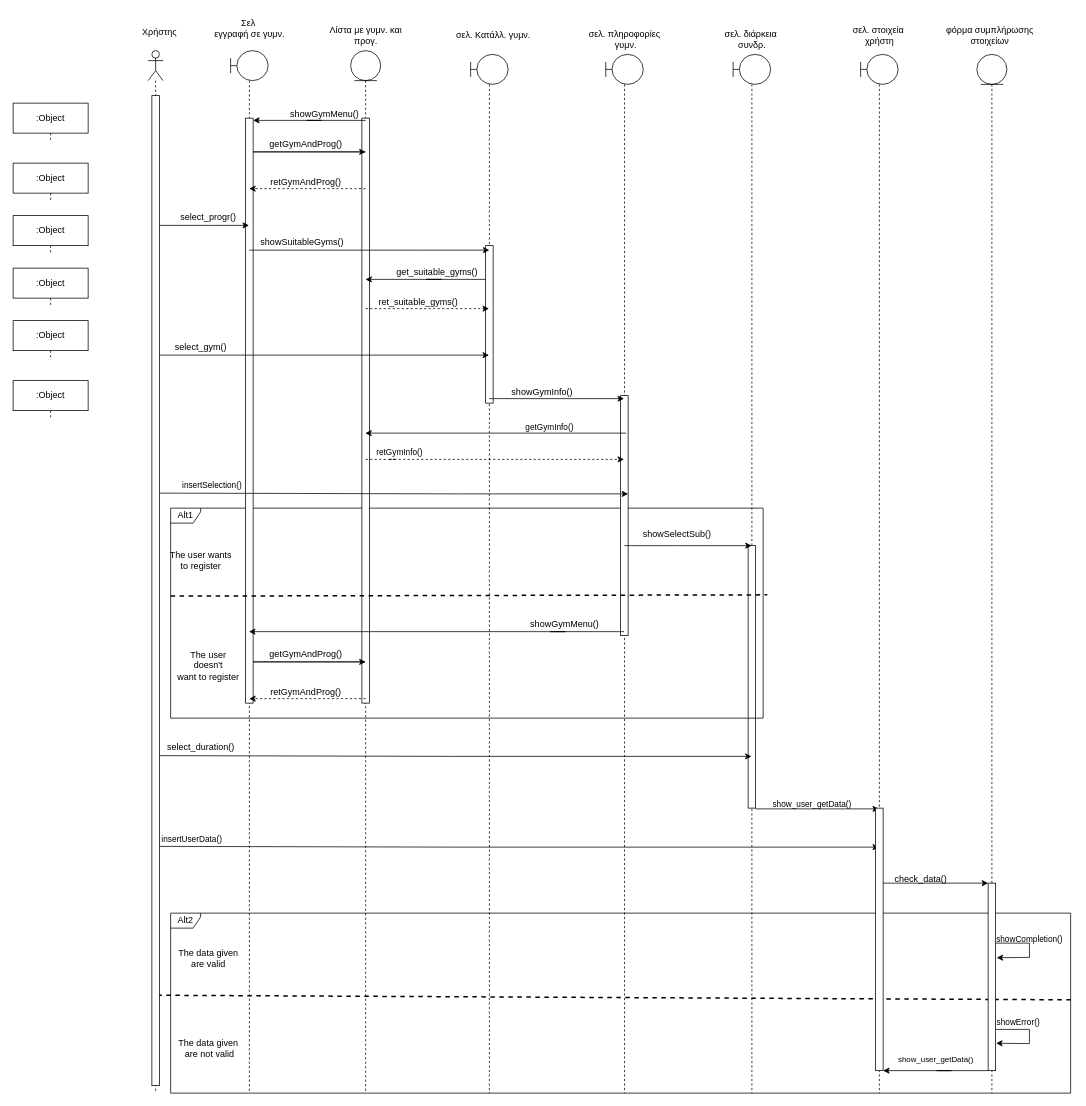
Above: ΠΕΜΠΤΟ ΠΑΡΑΔΟΤΕΟ/ΔΙΟΡΘΩΣΕΙΣ ΠΡΟΗΓΟΥΜΕΝΩΝ ΠΑΡΑΔΟΤΕΩΝ/Sequence-diagrams-v0.2/sd_εγγραφή_σε _γυμναστήριο.drawio in Dionkaps/Eu-Zin (draw.io), before the change. Source tidied: cells renumbered, new cells numbered last; positions are measured from the earlier drawing's top-left corner, leaving out a move shared by most shapes. Both pictures are drawn from the tidied source at 75%, with x=0, y=0 at pixel (13, 13).
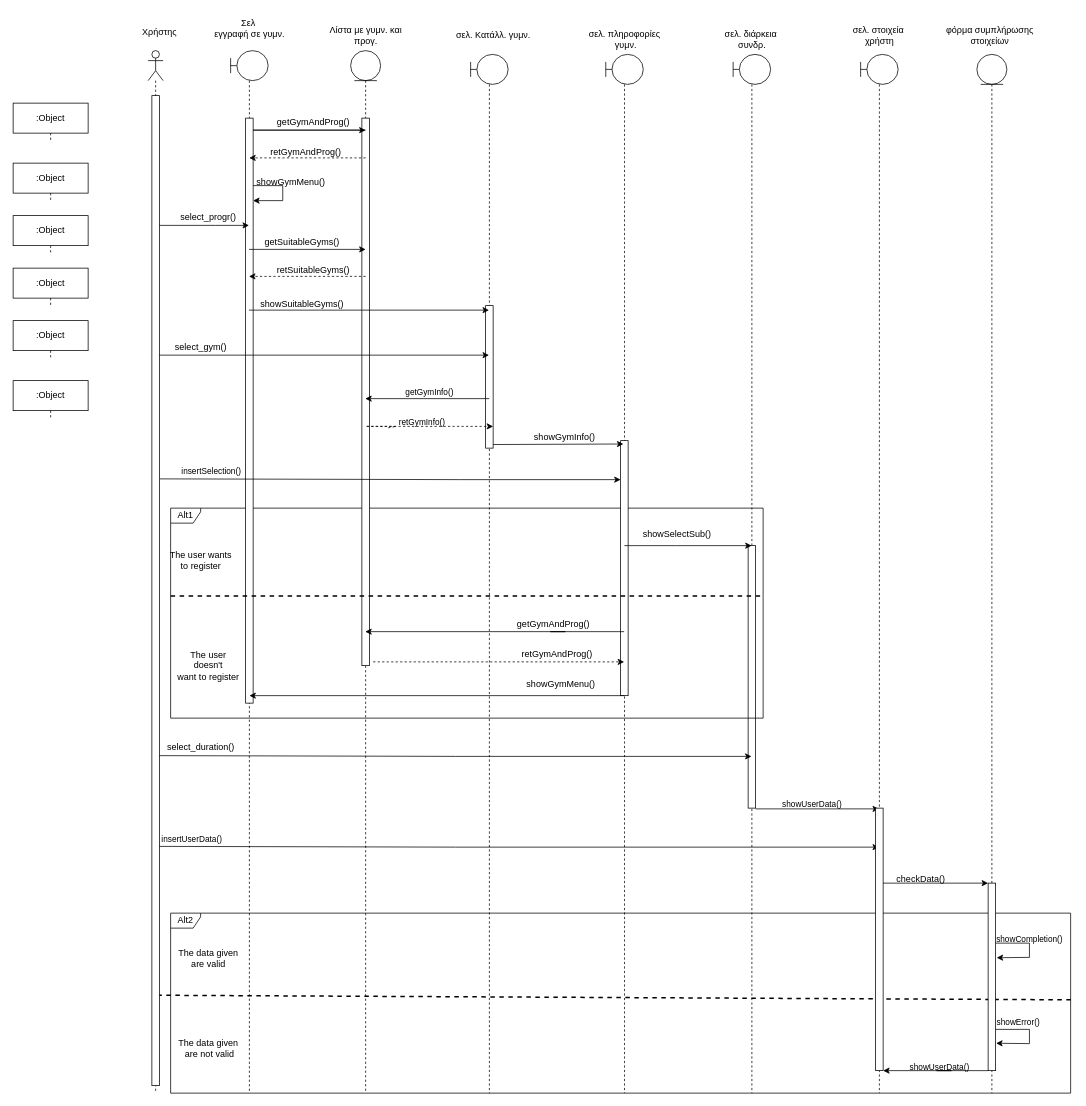
Above is the later version.

Commit message:
ΔΙΟΡΘΩΣΗ SD "ΕΓΓΡΑΦΗ ΣΕ ΓΥΜΝΑΣΤΗΡΙΟ"

ΔΙΟΡΘΩΣΗ SD "ΕΓΓΡΑΦΗ ΣΕ ΓΥΜΝΑΣΤΗΡΙΟ"

The change refers to these unchanged cells:
```xml
<mxCell id="4" style="shape=umlLifeline;perimeter=lifelinePerimeter;whiteSpace=wrap;html=1;outlineConnect=0;portConstraint=eastwest;newEdgeStyle={&quot;edgeStyle&quot;:&quot;elbowEdgeStyle&quot;,&quot;elbow&quot;:&quot;vertical&quot;,&quot;curved&quot;:0,&quot;rounded&quot;:0};participant=umlBoundary;" parent="1" vertex="1">
  <mxGeometry x="790.2" y="55" width="50" height="1385" as="geometry" />
</mxCell>
<mxCell id="5" value="Alt1" style="shape=umlFrame;whiteSpace=wrap;html=1;width=40;height=20;" parent="1" vertex="1">
  <mxGeometry x="210" y="660" width="790" height="280" as="geometry" />
</mxCell>
<mxCell id="7" style="shape=umlLifeline;perimeter=lifelinePerimeter;whiteSpace=wrap;html=1;outlineConnect=0;portConstraint=eastwest;newEdgeStyle={&quot;edgeStyle&quot;:&quot;elbowEdgeStyle&quot;,&quot;elbow&quot;:&quot;vertical&quot;,&quot;curved&quot;:0,&quot;rounded&quot;:0};participant=umlBoundary;" parent="1" vertex="1">
  <mxGeometry x="290" y="50" width="50" height="1390" as="geometry" />
</mxCell>
<mxCell id="11" style="shape=umlLifeline;perimeter=lifelinePerimeter;whiteSpace=wrap;html=1;outlineConnect=0;portConstraint=eastwest;newEdgeStyle={&quot;edgeStyle&quot;:&quot;elbowEdgeStyle&quot;,&quot;elbow&quot;:&quot;vertical&quot;,&quot;curved&quot;:0,&quot;rounded&quot;:0};participant=umlEntity;" parent="1" vertex="1">
  <mxGeometry x="450" y="50" width="40" height="1390" as="geometry" />
</mxCell>
```

What changed in the source:
```diff
@@
     <mxCell id="6" style="html=1;perimeter=orthogonalPerimeter;" parent="1" vertex="1">
-      <mxGeometry x="810" y="510" width="10" height="320" as="geometry" />
+      <mxGeometry x="810" y="570" width="10" height="340" as="geometry" />
     </mxCell>
@@
     <mxCell id="10" style="html=1;perimeter=orthogonalPerimeter;" parent="1" vertex="1">
-      <mxGeometry x="630" y="310" width="10" height="210" as="geometry" />
+      <mxGeometry x="630" y="390" width="10" height="190" as="geometry" />
     </mxCell>
@@
     <mxCell id="12" style="html=1;perimeter=orthogonalPerimeter;" parent="1" vertex="1">
-      <mxGeometry x="465" y="140" width="10" height="780" as="geometry" />
+      <mxGeometry x="465" y="140" width="10" height="730" as="geometry" />
     </mxCell>
@@
-    <mxCell id="28" style="endArrow=classic;html=1;rounded=0;" parent="1" edge="1" source="4" target="7">
+    <mxCell id="28" style="endArrow=classic;html=1;rounded=0;" parent="1" edge="1" source="4" target="11">
       <mxGeometry relative="1" as="geometry">
         <Array as="points">
           <mxPoint x="716.2" y="824.7" />
           <mxPoint x="736.2" y="824.7" />
         </Array>
       </mxGeometry>
     </mxCell>
     <mxCell id="29" value="getGymAndProg()" style="text;html=1;align=center;verticalAlign=middle;strokeColor=none;fillColor=none;" parent="1" vertex="1">
-      <mxGeometry x="330" y="840" width="120" height="30" as="geometry" />
+      <mxGeometry x="660" y="800" width="120" height="30" as="geometry" />
     </mxCell>
     <mxCell id="30" style="endArrow=classic;html=1;rounded=0;dashed=1;" parent="1" edge="1">
       <mxGeometry x="-0.18" y="-11" relative="1" as="geometry">
-        <mxPoint x="470" y="394" as="sourcePoint" />
-        <mxPoint x="634.5" y="394" as="targetPoint" />
-        <Array as="points">
-          <mxPoint x="511" y="394" />
-        </Array>
+        <mxPoint x="470" y="351" as="sourcePoint" />
+        <mxPoint x="314.5" y="351" as="targetPoint" />
         <mxPoint x="11" y="-11" as="offset" />
       </mxGeometry>
     </mxCell>
     <mxCell id="31" value="retGymAndProg()" style="text;html=1;align=center;verticalAlign=middle;strokeColor=none;fillColor=none;" parent="1" vertex="1">
-      <mxGeometry x="330" y="890" width="120" height="30" as="geometry" />
+      <mxGeometry x="665.2" y="840" width="120" height="30" as="geometry" />
     </mxCell>
     <mxCell id="32" value="showGymMenu()" style="text;html=1;align=center;verticalAlign=middle;strokeColor=none;fillColor=none;" parent="1" vertex="1">
-      <mxGeometry x="680.2" y="800" width="110" height="30" as="geometry" />
+      <mxGeometry x="675.2" y="880" width="110" height="30" as="geometry" />
     </mxCell>
@@
-    <mxCell id="34" value="get_suitable_gyms()" style="text;html=1;align=center;verticalAlign=middle;strokeColor=none;fillColor=none;" parent="1" vertex="1">
-      <mxGeometry x="500" y="330" width="130" height="30" as="geometry" />
+    <mxCell id="34" value="getSuitableGyms()" style="text;html=1;align=center;verticalAlign=middle;strokeColor=none;fillColor=none;" parent="1" vertex="1">
+      <mxGeometry x="325" y="290" width="120" height="30" as="geometry" />
     </mxCell>
-    <mxCell id="35" style="endArrow=classic;html=1;rounded=0;dashed=1;" parent="1" edge="1">
-      <mxGeometry x="-0.18" y="-11" relative="1" as="geometry">
-        <mxPoint x="470" y="914" as="sourcePoint" />
-        <mxPoint x="314.8" y="914" as="targetPoint" />
-        <Array as="points">
-          <mxPoint x="410" y="914" />
-        </Array>
-        <mxPoint x="11" y="-11" as="offset" />
-      </mxGeometry>
-    </mxCell>
-    <mxCell id="36" value="ret_suitable_gyms()" style="text;html=1;align=center;verticalAlign=middle;strokeColor=none;fillColor=none;" parent="1" vertex="1">
-      <mxGeometry x="475" y="370" width="130" height="30" as="geometry" />
+    <mxCell id="36" value="retSuitableGyms()" style="text;html=1;align=center;verticalAlign=middle;strokeColor=none;fillColor=none;" parent="1" vertex="1">
+      <mxGeometry x="340" y="328" width="120" height="30" as="geometry" />
     </mxCell>
-    <mxCell id="37" style="endArrow=classic;html=1;rounded=0;" parent="1" edge="1">
-      <mxGeometry relative="1" as="geometry">
-        <mxPoint x="314.8" y="316" as="sourcePoint" />
-        <mxPoint x="635" y="316" as="targetPoint" />
-        <Array as="points">
-          <mxPoint x="540" y="316" />
-        </Array>
-      </mxGeometry>
-    </mxCell>
     <mxCell id="38" value="showSuitableGyms()" style="text;html=1;align=center;verticalAlign=middle;strokeColor=none;fillColor=none;" parent="1" vertex="1">
-      <mxGeometry x="320" y="291" width="130" height="30" as="geometry" />
+      <mxGeometry x="320" y="373" width="130" height="30" as="geometry" />
     </mxCell>
@@
-    <mxCell id="41" style="endArrow=classic;html=1;rounded=0;" parent="1" edge="1" target="11">
-      <mxGeometry relative="1" as="geometry">
-        <mxPoint x="817.3" y="560" as="sourcePoint" />
-        <Array as="points">
-          <mxPoint x="742.8" y="560" />
-        </Array>
-      </mxGeometry>
-    </mxCell>
-    <mxCell id="42" value="retGymInfo()" style="text;html=1;align=center;verticalAlign=middle;points=[];strokeColor=none;fillColor=none;fontSize=11;" parent="1" vertex="1">
-      <mxGeometry x="470" y="570" width="90" height="30" as="geometry" />
-    </mxCell>
-    <mxCell id="43" style="endArrow=classic;html=1;rounded=0;dashed=1;" parent="1" edge="1">
+    <mxCell id="43" style="endArrow=classic;html=1;rounded=0;dashed=1;" parent="1" edge="1" source="42">
       <mxGeometry x="-0.18" y="-11" relative="1" as="geometry">
-        <mxPoint x="470" y="595" as="sourcePoint" />
-        <mxPoint x="814.5" y="595" as="targetPoint" />
+        <mxPoint x="640" y="551" as="targetPoint" />
         <Array as="points">
-          <mxPoint x="511" y="595" />
-          <mxPoint x="500" y="595" />
+          <mxPoint x="511" y="551" />
+          <mxPoint x="470" y="551" />
         </Array>
         <mxPoint x="11" y="-11" as="offset" />
       </mxGeometry>
     </mxCell>
-    <mxCell id="44" style="endArrow=classic;html=1;rounded=0;" parent="1" edge="1">
+    <mxCell id="44" style="endArrow=classic;html=1;rounded=0;" parent="1" edge="1" target="11">
       <mxGeometry relative="1" as="geometry">
         <mxPoint x="634.8" y="514" as="sourcePoint" />
-        <mxPoint x="814.5" y="514" as="targetPoint" />
-        <Array as="points">
-          <mxPoint x="650" y="514" />
-        </Array>
       </mxGeometry>
     </mxCell>
     <mxCell id="45" value="insertSelection()" style="endArrow=classic;html=1;rounded=0;" parent="1" edge="1">
       <mxGeometry x="-0.78" y="10" relative="1" as="geometry">
-        <mxPoint x="195.5" y="640" as="sourcePoint" />
-        <mxPoint x="820" y="641" as="targetPoint" />
+        <mxPoint x="195.5" y="621" as="sourcePoint" />
+        <mxPoint x="810" y="622" as="targetPoint" />
         <Array as="points">
-          <mxPoint x="595.5" y="641" />
+          <mxPoint x="595.5" y="622" />
         </Array>
       </mxGeometry>
     </mxCell>
-    <mxCell id="46" style="endArrow=none;dashed=1;html=1;rounded=0;strokeWidth=2;entryX=1.007;entryY=0.413;entryDx=0;entryDy=0;entryPerimeter=0;exitX=0;exitY=0.419;exitDx=0;exitDy=0;exitPerimeter=0;" parent="1" edge="1" source="5" target="5">
-      <mxGeometry relative="1" as="geometry" />
+    <mxCell id="46" style="endArrow=none;dashed=1;html=1;rounded=0;strokeWidth=2;exitX=0;exitY=0.419;exitDx=0;exitDy=0;exitPerimeter=0;" parent="1" edge="1" source="5">
+      <mxGeometry relative="1" as="geometry">
+        <mxPoint x="1000" y="777" as="targetPoint" />
+      </mxGeometry>
     </mxCell>
@@
     <mxCell id="52" value="showGymInfo()" style="text;html=1;align=center;verticalAlign=middle;strokeColor=none;fillColor=none;" parent="1" vertex="1">
-      <mxGeometry x="655" y="490" width="100" height="30" as="geometry" />
+      <mxGeometry x="685.2" y="550" width="100" height="30" as="geometry" />
     </mxCell>
-    <mxCell id="53" style="endArrow=classic;html=1;rounded=0;" parent="1" edge="1" source="11">
+    <mxCell id="53" style="endArrow=classic;html=1;rounded=0;dashed=1;" parent="1" edge="1" target="4">
       <mxGeometry relative="1" as="geometry">
-        <mxPoint x="470" y="865" as="targetPoint" />
+        <mxPoint x="480" y="865" as="sourcePoint" />
         <Array as="points">
-          <mxPoint x="320" y="865" />
+          <mxPoint x="500" y="865" />
         </Array>
       </mxGeometry>
     </mxCell>
-    <mxCell id="54" style="endArrow=classic;html=1;rounded=0;" parent="1" edge="1">
-      <mxGeometry relative="1" as="geometry">
-        <mxPoint x="630" y="355" as="sourcePoint" />
-        <mxPoint x="469.8" y="355" as="targetPoint" />
-        <Array as="points">
-          <mxPoint x="551" y="355" />
-          <mxPoint x="571" y="355" />
-        </Array>
-      </mxGeometry>
-    </mxCell>
     <mxCell id="55" value="getGymInfo()" style="text;html=1;align=center;verticalAlign=middle;strokeColor=none;fillColor=none;fontSize=11;" parent="1" vertex="1">
-      <mxGeometry x="670" y="537" width="90" height="30" as="geometry" />
+      <mxGeometry x="510" y="490" width="90" height="30" as="geometry" />
     </mxCell>
-    <mxCell id="56" style="endArrow=classic;html=1;rounded=0;" parent="1" edge="1">
-      <mxGeometry relative="1" as="geometry">
-        <mxPoint x="470.2" y="143" as="sourcePoint" />
-        <mxPoint x="320" y="143" as="targetPoint" />
-        <Array as="points">
-          <mxPoint x="391.2" y="143" />
-          <mxPoint x="411.2" y="143" />
-        </Array>
-      </mxGeometry>
-    </mxCell>
     <mxCell id="57" value="showGymMenu()" style="text;html=1;align=center;verticalAlign=middle;strokeColor=none;fillColor=none;" parent="1" vertex="1">
-      <mxGeometry x="360" y="120" width="110" height="30" as="geometry" />
+      <mxGeometry x="315" y="210" width="110" height="30" as="geometry" />
     </mxCell>
     <mxCell id="58" value="getGymAndProg()" style="text;html=1;align=center;verticalAlign=middle;strokeColor=none;fillColor=none;" parent="1" vertex="1">
-      <mxGeometry x="330" y="160" width="120" height="30" as="geometry" />
+      <mxGeometry x="340" y="130" width="120" height="30" as="geometry" />
     </mxCell>
     <mxCell id="59" value="retGymAndProg()" style="text;html=1;align=center;verticalAlign=middle;strokeColor=none;fillColor=none;" parent="1" vertex="1">
-      <mxGeometry x="330" y="210" width="120" height="30" as="geometry" />
+      <mxGeometry x="330" y="170" width="120" height="30" as="geometry" />
     </mxCell>
     <mxCell id="60" style="endArrow=classic;html=1;rounded=0;dashed=1;" parent="1" edge="1">
       <mxGeometry x="-0.18" y="-11" relative="1" as="geometry">
-        <mxPoint x="470" y="234" as="sourcePoint" />
-        <mxPoint x="314.8" y="234" as="targetPoint" />
+        <mxPoint x="470" y="193" as="sourcePoint" />
+        <mxPoint x="314.8" y="193" as="targetPoint" />
         <Array as="points">
-          <mxPoint x="410" y="234" />
+          <mxPoint x="410" y="193" />
         </Array>
         <mxPoint x="11" y="-11" as="offset" />
       </mxGeometry>
     </mxCell>
     <mxCell id="61" style="endArrow=classic;html=1;rounded=0;" parent="1" edge="1">
       <mxGeometry relative="1" as="geometry">
-        <mxPoint x="470" y="185" as="sourcePoint" />
-        <mxPoint x="470" y="185" as="targetPoint" />
+        <mxPoint x="470" y="156" as="sourcePoint" />
+        <mxPoint x="470" y="156" as="targetPoint" />
         <Array as="points">
-          <mxPoint x="320" y="185" />
+          <mxPoint x="320" y="156" />
         </Array>
       </mxGeometry>
     </mxCell>
@@
-    <mxCell id="65" value="show_user_getData()" style="text;html=1;align=center;verticalAlign=middle;strokeColor=none;fillColor=none;fontSize=10.5;" parent="1" vertex="1">
-      <mxGeometry x="1165" y="1380" width="130" height="30" as="geometry" />
-    </mxCell>
@@
-    <mxCell id="67" value="check_data()" style="text;html=1;align=center;verticalAlign=middle;strokeColor=none;fillColor=none;" parent="1" vertex="1">
+    <mxCell id="67" value="checkData()" style="text;html=1;align=center;verticalAlign=middle;strokeColor=none;fillColor=none;" parent="1" vertex="1">
       <mxGeometry x="1165" y="1140" width="90" height="30" as="geometry" />
     </mxCell>
@@
-    <mxCell id="75" value="show_user_getData()" style="text;html=1;align=center;verticalAlign=middle;strokeColor=none;fillColor=none;fontSize=11;" parent="1" vertex="1">
-      <mxGeometry x="1000" y="1040" width="130" height="30" as="geometry" />
+    <mxCell id="75" value="showUserData()" style="text;html=1;align=center;verticalAlign=middle;strokeColor=none;fillColor=none;fontSize=11;" parent="1" vertex="1">
+      <mxGeometry x="1015" y="1040" width="100" height="30" as="geometry" />
     </mxCell>
@@
+    <mxCell id="84" style="endArrow=classic;html=1;rounded=0;strokeWidth=1;fontSize=12;" parent="1" edge="1">
+      <mxGeometry y="61" relative="1" as="geometry">
+        <mxPoint x="320" y="230" as="sourcePoint" />
+        <mxPoint x="320" y="250" as="targetPoint" />
+        <Array as="points">
+          <mxPoint x="359.5" y="230" />
+          <mxPoint x="359.5" y="250" />
+        </Array>
+      </mxGeometry>
+    </mxCell>
+    <mxCell id="85" style="endArrow=classic;html=1;rounded=0;" parent="1" edge="1">
+      <mxGeometry relative="1" as="geometry">
+        <mxPoint x="314.5" y="315" as="sourcePoint" />
+        <mxPoint x="470" y="315" as="targetPoint" />
+      </mxGeometry>
+    </mxCell>
+    <mxCell id="86" style="endArrow=classic;html=1;rounded=0;" parent="1" edge="1">
+      <mxGeometry relative="1" as="geometry">
+        <mxPoint x="314.5" y="396" as="sourcePoint" />
+        <mxPoint x="634.5" y="396" as="targetPoint" />
+      </mxGeometry>
+    </mxCell>
+    <mxCell id="42" value="retGymInfo()" style="text;html=1;align=center;verticalAlign=middle;points=[];strokeColor=none;fillColor=none;fontSize=11;" parent="1" vertex="1">
+      <mxGeometry x="500" y="530" width="90" height="30" as="geometry" />
+    </mxCell>
+    <mxCell id="87" style="endArrow=classic;html=1;rounded=0;entryX=-0.176;entryY=0.226;entryDx=0;entryDy=0;entryPerimeter=0;" parent="1" edge="1">
+      <mxGeometry relative="1" as="geometry">
+        <mxPoint x="640" y="575.2" as="sourcePoint" />
+        <mxPoint x="813.7" y="574.5" as="targetPoint" />
+      </mxGeometry>
+    </mxCell>
+    <mxCell id="88" style="endArrow=classic;html=1;rounded=0;" parent="1" edge="1" source="4">
+      <mxGeometry relative="1" as="geometry">
+        <mxPoint x="315" y="910" as="targetPoint" />
+      </mxGeometry>
+    </mxCell>
+    <mxCell id="89" value="showUserData()" style="text;html=1;align=center;verticalAlign=middle;strokeColor=none;fillColor=none;fontSize=11;" parent="1" vertex="1">
+      <mxGeometry x="1185" y="1390" width="100" height="30" as="geometry" />
+    </mxCell>
```
